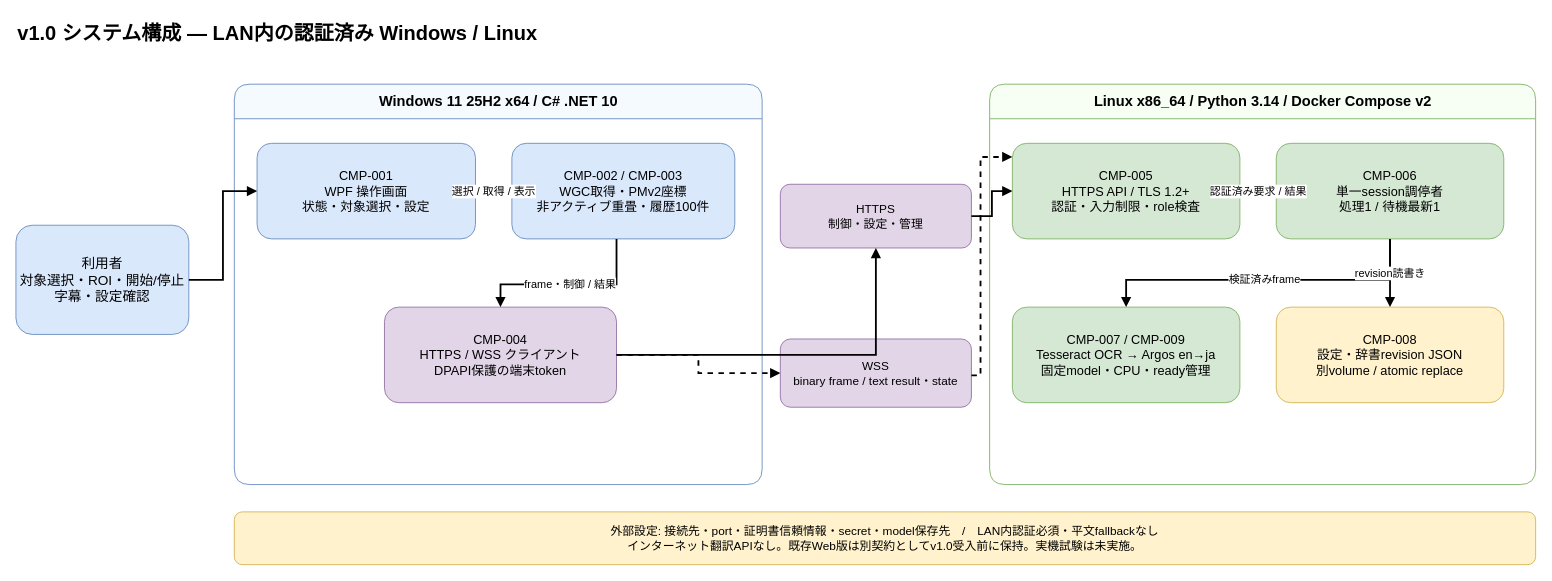
Earlier version of the draw.io diagram docs/v1.0/design/diagrams/system-architecture.drawio (kwdch013/screen_traslation). Source tidied: cells renumbered, new cells numbered last; positions are measured from the earlier drawing's top-left corner, leaving out a move shared by most shapes. Both pictures are drawn from the tidied source at 91%, with x=0, y=0 at pixel (15, 15).
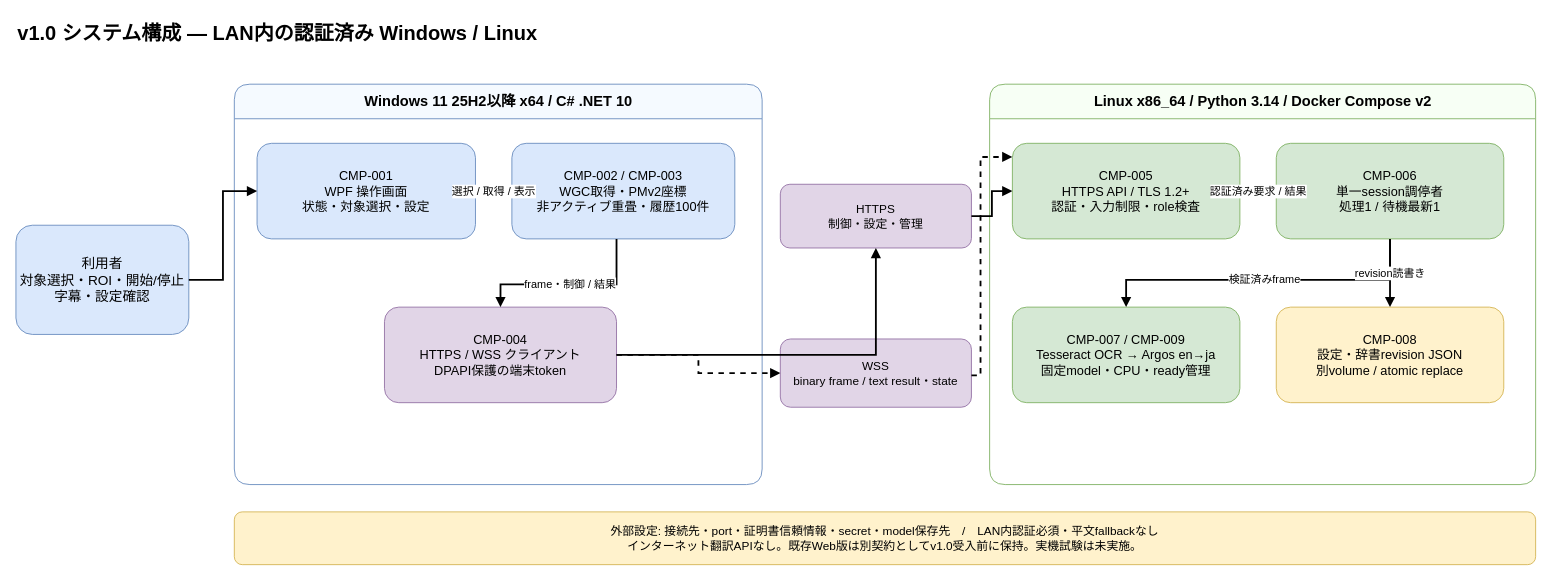
The same page after the edit.

The edit, as a diff of the source:
```diff
@@
-    <mxCell id="4" value="Windows 11 25H2 x64 / C# .NET 10" style="swimlane;html=1;startSize=38;horizontal=1;rounded=1;fillColor=#f5faff;strokeColor=#6c8ebf;fontSize=16;fontStyle=1;" parent="1" vertex="1">
+    <mxCell id="4" value="Windows 11 25H2以降 x64 / C# .NET 10" style="swimlane;html=1;startSize=38;horizontal=1;rounded=1;fillColor=#f5faff;strokeColor=#6c8ebf;fontSize=16;fontStyle=1;" parent="1" vertex="1">
       <mxGeometry x="240" y="75" width="580" height="440" as="geometry" />
     </mxCell>
```
